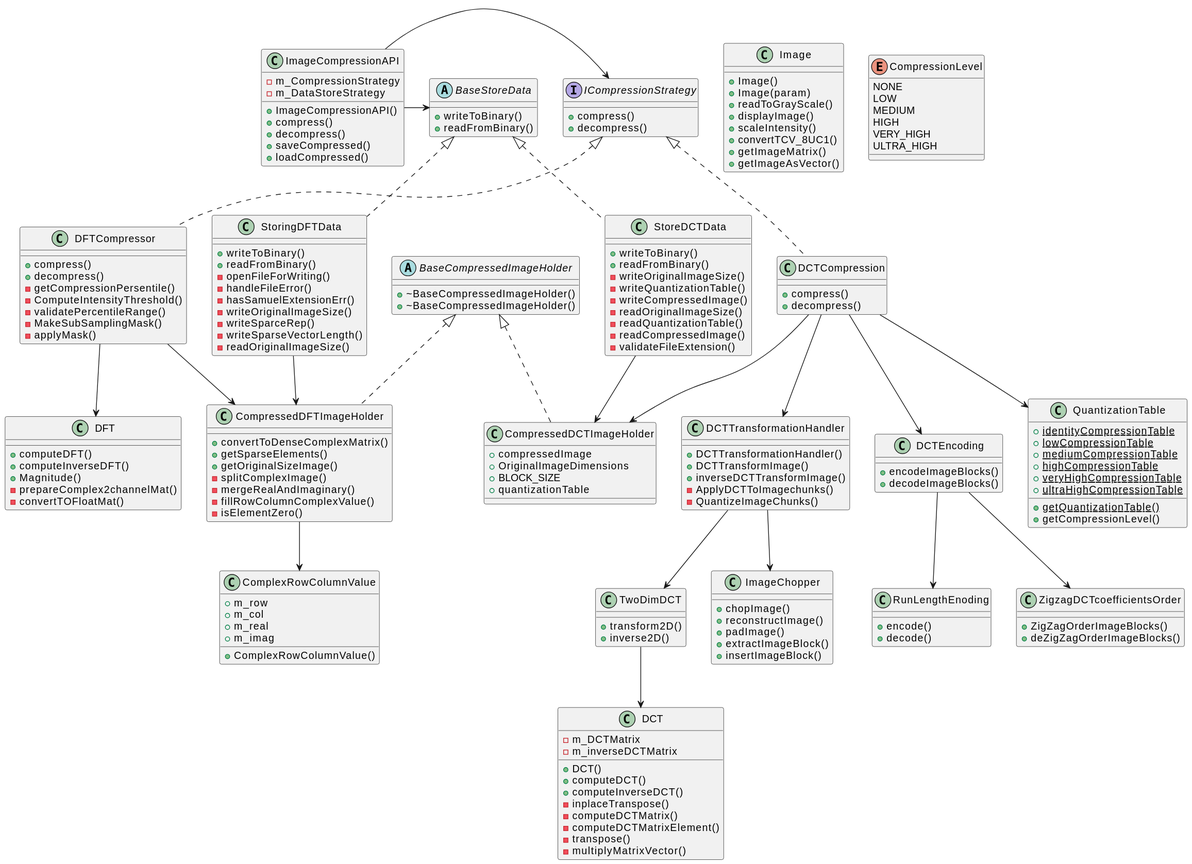
Above: class_diagram.svg in Samuel-van-Gurp/Image-Compression (PlantUML), before the change.
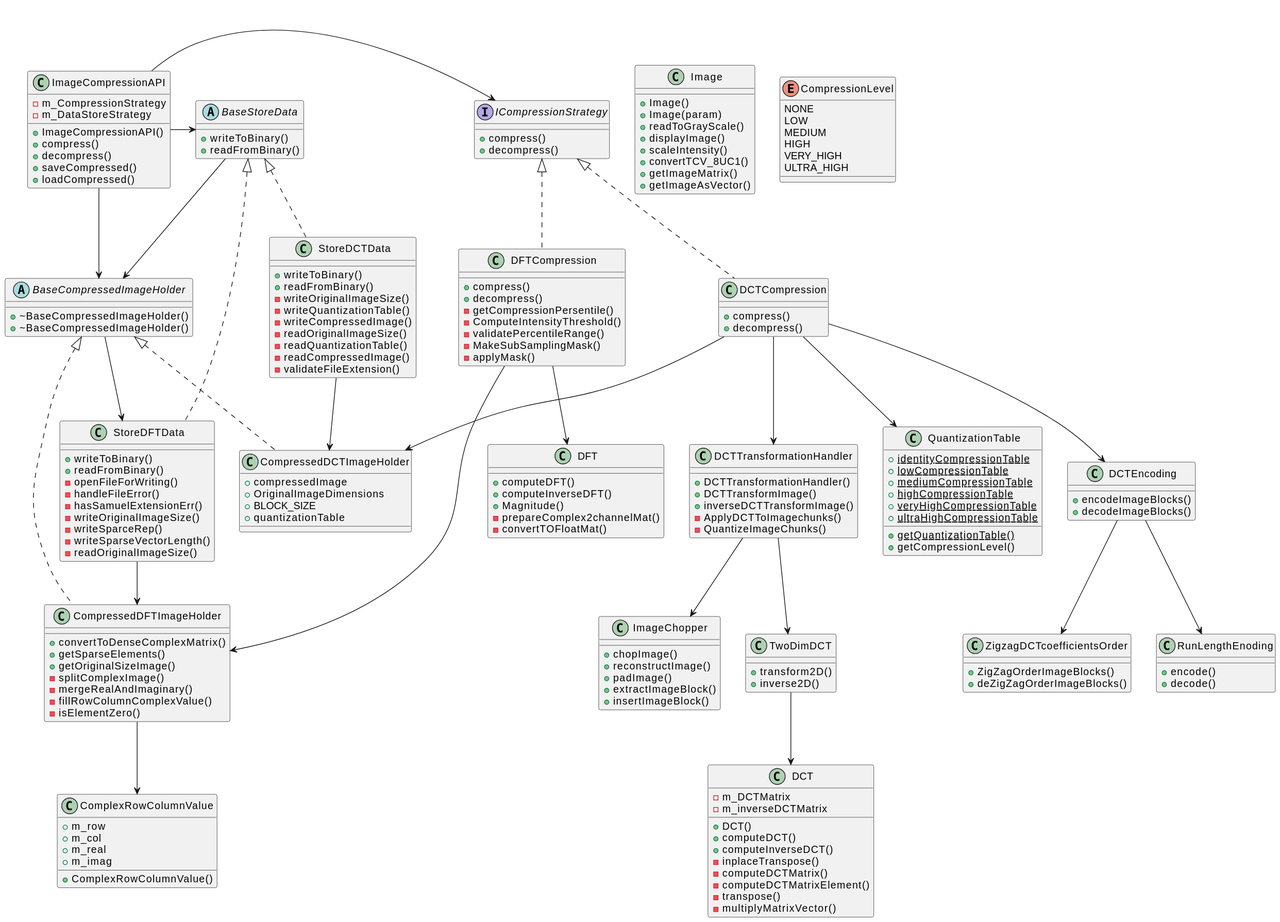
After the commit.

Change to the diagram source:
```diff
@@ -25,7 +25,7 @@
   - convertTOFloatMat()
 }
 
-class DFTCompressor {
+class DFTCompression{
   + compress()
   + decompress()
   - getCompressionPersentile()
@@ -34,11 +34,11 @@
   - MakeSubSamplingMask()
   - applyMask()
 }
-ICompressionStrategy <|.. DFTCompressor
+ICompressionStrategy <|.. DFTCompression
 ICompressionStrategy <|.. DCTCompression
-DFTCompressor --> DFT
-
-BaseStoreData<|.. StoringDFTData
+DFTCompression--> DFT
+BaseCompressedImageHolder --> StoreDFTData
+BaseStoreData<|.. StoreDFTData
 BaseStoreData<|.. StoreDCTData
 
 abstract class BaseCompressedImageHolder {
@@ -65,7 +65,7 @@
 }
 CompressedDFTImageHolder --> ComplexRowColumnValue
 
-class StoringDFTData {
+class StoreDFTData {
   + writeToBinary()
   + readFromBinary()
   - openFileForWriting()
@@ -76,7 +76,7 @@
   - writeSparseVectorLength()
   - readOriginalImageSize()
 }
-StoringDFTData --> CompressedDFTImageHolder
+StoreDFTData --> CompressedDFTImageHolder
 
 class DCTCompression {
   + compress()
@@ -165,12 +165,16 @@
   + BLOCK_SIZE
   + quantizationTable
 }
+BaseStoreData --> BaseCompressedImageHolder
+ImageCompressionAPI --> BaseCompressedImageHolder
+
+
 
 DCTCompression --> DCTTransformationHandler
 DCTCompression --> DCTEncoding
 DCTCompression --> QuantizationTable
 DCTCompression --> CompressedDCTImageHolder
-DFTCompressor --> CompressedDFTImageHolder
+DFTCompression --> CompressedDFTImageHolder
 DCTTransformationHandler --> ImageChopper
 StoreDCTData --> CompressedDCTImageHolder
 
```
